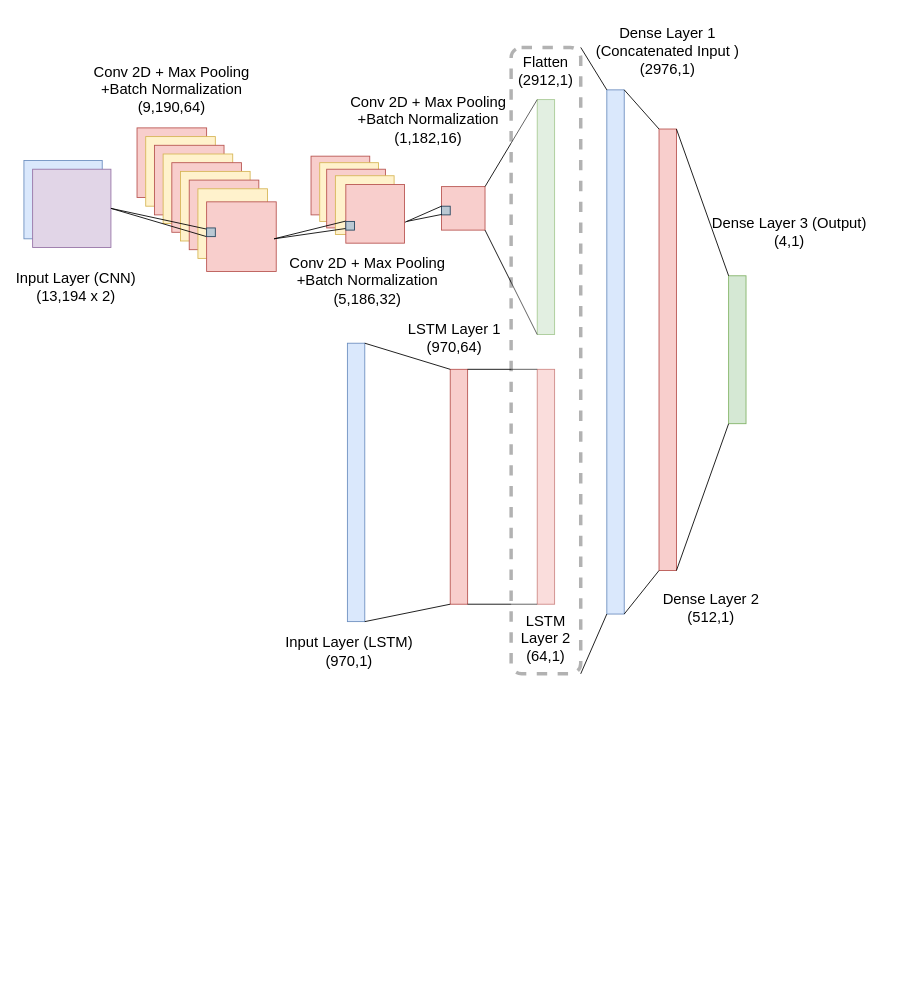
Earlier version of the draw.io diagram test_fig.drawio (Harsh1347/Audio_fingerprint). Source tidied: cells renumbered, new cells numbered last; positions are measured from the earlier drawing's top-left corner, leaving out a move shared by most shapes. Both pictures are drawn from the tidied source at 87%, with x=0, y=0 at pixel (15, 30).
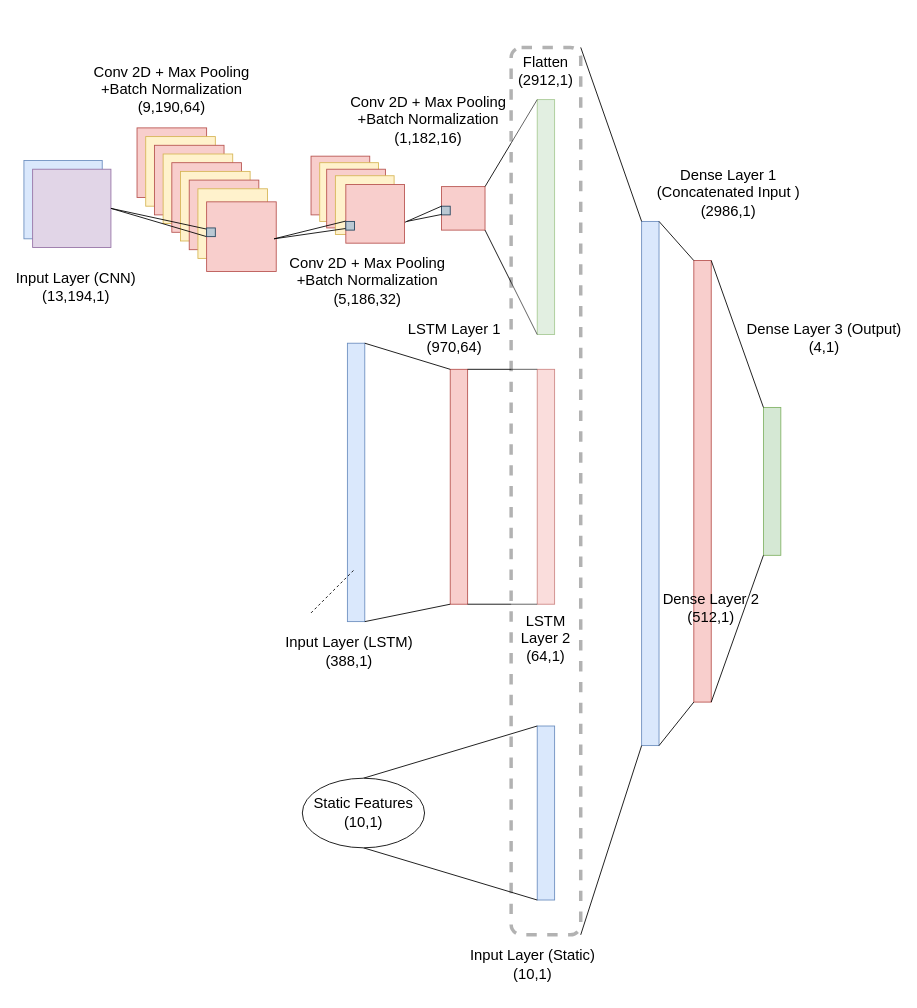
After the change.

The edit, as a diff of the source:
```diff
@@
     <mxCell id="23" style="rounded=0;whiteSpace=wrap;html=1;fillColor=#dae8fc;strokeColor=#6c8ebf;" parent="1" vertex="1">
-      <mxGeometry x="680" y="68.8" width="20" height="602.5" as="geometry" />
+      <mxGeometry x="720" y="220" width="20" height="602.5" as="geometry" />
     </mxCell>
     <mxCell id="24" style="rounded=0;whiteSpace=wrap;html=1;fillColor=#f8cecc;strokeColor=#b85450;" parent="1" vertex="1">
-      <mxGeometry x="740" y="113.8" width="20" height="507.5" as="geometry" />
+      <mxGeometry x="780" y="265" width="20" height="507.5" as="geometry" />
     </mxCell>
     <mxCell id="25" style="rounded=0;whiteSpace=wrap;html=1;fillColor=#d5e8d4;strokeColor=#82b366;" parent="1" vertex="1">
-      <mxGeometry x="820" y="282.5" width="20" height="170" as="geometry" />
+      <mxGeometry x="860" y="433.8" width="20" height="170" as="geometry" />
     </mxCell>
@@
     <mxCell id="45" style="rounded=1;whiteSpace=wrap;html=1;opacity=30;shadow=0;sketch=0;glass=0;dashed=1;strokeWidth=4;" parent="1" vertex="1">
-      <mxGeometry x="570" y="20" width="80" height="720" as="geometry" />
+      <mxGeometry x="570" y="20" width="80" height="1020" as="geometry" />
     </mxCell>
@@
-    <mxCell id="48" value="&lt;p style=&quot;line-height: 110%&quot;&gt;&lt;/p&gt;&lt;div style=&quot;font-size: 17px&quot;&gt;&lt;font style=&quot;font-size: 17px&quot;&gt;Input Layer (CNN)&lt;br&gt;&lt;/font&gt;&lt;/div&gt;&lt;div style=&quot;font-size: 17px&quot;&gt;&lt;font style=&quot;font-size: 17px&quot;&gt;(13,194 x 2)&lt;br&gt;&lt;/font&gt;&lt;/div&gt;&lt;p&gt;&lt;/p&gt;" style="text;html=1;strokeColor=none;fillColor=none;align=center;verticalAlign=middle;whiteSpace=wrap;rounded=0;shadow=0;glass=0;sketch=0;opacity=30;" parent="1" vertex="1">
+    <mxCell id="48" value="&lt;p style=&quot;line-height: 110%&quot;&gt;&lt;/p&gt;&lt;div style=&quot;font-size: 17px&quot;&gt;&lt;font style=&quot;font-size: 17px&quot;&gt;Input Layer (CNN)&lt;br&gt;&lt;/font&gt;&lt;/div&gt;&lt;div style=&quot;font-size: 17px&quot;&gt;&lt;font style=&quot;font-size: 17px&quot;&gt;(13,194,1)&lt;br&gt;&lt;/font&gt;&lt;/div&gt;&lt;p&gt;&lt;/p&gt;" style="text;html=1;strokeColor=none;fillColor=none;align=center;verticalAlign=middle;whiteSpace=wrap;rounded=0;shadow=0;glass=0;sketch=0;opacity=30;" parent="1" vertex="1">
       <mxGeometry y="262.5" width="140" height="67.5" as="geometry" />
     </mxCell>
@@
-    <mxCell id="53" value="&lt;p style=&quot;line-height: 110%&quot;&gt;&lt;/p&gt;&lt;div style=&quot;font-size: 17px&quot;&gt;Input Layer (LSTM)&lt;font style=&quot;font-size: 17px&quot;&gt;&lt;br&gt;&lt;/font&gt;&lt;/div&gt;&lt;div style=&quot;font-size: 17px&quot;&gt;&lt;font style=&quot;font-size: 17px&quot;&gt;(970,1)&lt;br&gt;&lt;/font&gt;&lt;/div&gt;&lt;p&gt;&lt;/p&gt;" style="text;html=1;strokeColor=none;fillColor=none;align=center;verticalAlign=middle;whiteSpace=wrap;rounded=0;shadow=0;glass=0;sketch=0;opacity=30;" parent="1" vertex="1">
+    <mxCell id="53" value="&lt;p style=&quot;line-height: 110%&quot;&gt;&lt;/p&gt;&lt;div style=&quot;font-size: 17px&quot;&gt;Input Layer (LSTM)&lt;font style=&quot;font-size: 17px&quot;&gt;&lt;br&gt;&lt;/font&gt;&lt;/div&gt;&lt;div style=&quot;font-size: 17px&quot;&gt;&lt;font style=&quot;font-size: 17px&quot;&gt;(388,1)&lt;br&gt;&lt;/font&gt;&lt;/div&gt;&lt;p&gt;&lt;/p&gt;" style="text;html=1;strokeColor=none;fillColor=none;align=center;verticalAlign=middle;whiteSpace=wrap;rounded=0;shadow=0;glass=0;sketch=0;opacity=30;" parent="1" vertex="1">
       <mxGeometry x="288.8" y="690" width="190" height="50" as="geometry" />
     </mxCell>
@@
-    <mxCell id="56" value="&lt;p style=&quot;line-height: 110%&quot;&gt;&lt;/p&gt;&lt;div style=&quot;font-size: 17px&quot;&gt;Dense Layer 1&lt;font style=&quot;font-size: 17px&quot;&gt;&lt;br&gt;&lt;/font&gt;&lt;/div&gt;&lt;div style=&quot;font-size: 17px&quot;&gt;&lt;font style=&quot;font-size: 17px&quot;&gt;(Concatenated Input )&lt;br&gt;&lt;/font&gt;&lt;/div&gt;&lt;div style=&quot;font-size: 17px&quot;&gt;&lt;font style=&quot;font-size: 17px&quot;&gt;(2976,1)&lt;br&gt;&lt;/font&gt;&lt;/div&gt;&lt;p&gt;&lt;/p&gt;" style="text;html=1;strokeColor=none;fillColor=none;align=center;verticalAlign=middle;whiteSpace=wrap;rounded=0;shadow=0;glass=0;sketch=0;opacity=30;" parent="1" vertex="1">
-      <mxGeometry x="660" width="180" height="50" as="geometry" />
+    <mxCell id="56" value="&lt;p style=&quot;line-height: 110%&quot;&gt;&lt;/p&gt;&lt;div style=&quot;font-size: 17px&quot;&gt;Dense Layer 1&lt;font style=&quot;font-size: 17px&quot;&gt;&lt;br&gt;&lt;/font&gt;&lt;/div&gt;&lt;div style=&quot;font-size: 17px&quot;&gt;&lt;font style=&quot;font-size: 17px&quot;&gt;(Concatenated Input )&lt;br&gt;&lt;/font&gt;&lt;/div&gt;&lt;div style=&quot;font-size: 17px&quot;&gt;&lt;font style=&quot;font-size: 17px&quot;&gt;(2986,1)&lt;br&gt;&lt;/font&gt;&lt;/div&gt;&lt;p&gt;&lt;/p&gt;" style="text;html=1;strokeColor=none;fillColor=none;align=center;verticalAlign=middle;whiteSpace=wrap;rounded=0;shadow=0;glass=0;sketch=0;opacity=30;" parent="1" vertex="1">
+      <mxGeometry x="730" y="162.5" width="180" height="50" as="geometry" />
     </mxCell>
@@
     <mxCell id="58" value="&lt;p style=&quot;line-height: 110%&quot;&gt;&lt;/p&gt;&lt;div style=&quot;font-size: 17px&quot;&gt;Dense Layer 3 (Output)&lt;font style=&quot;font-size: 17px&quot;&gt;&lt;br&gt;&lt;/font&gt;&lt;/div&gt;&lt;div style=&quot;font-size: 17px&quot;&gt;&lt;font style=&quot;font-size: 17px&quot;&gt;(4,1)&lt;br&gt;&lt;/font&gt;&lt;/div&gt;&lt;p&gt;&lt;/p&gt;" style="text;html=1;strokeColor=none;fillColor=none;align=center;verticalAlign=middle;whiteSpace=wrap;rounded=0;shadow=0;glass=0;sketch=0;opacity=30;" parent="1" vertex="1">
-      <mxGeometry x="800" y="207.5" width="180" height="50" as="geometry" />
+      <mxGeometry x="840" y="330" width="180" height="50" as="geometry" />
     </mxCell>
+    <mxCell id="59" style="rounded=0;whiteSpace=wrap;html=1;fillColor=#dae8fc;strokeColor=#6c8ebf;" parent="1" vertex="1">
+      <mxGeometry x="600" y="800" width="20" height="200" as="geometry" />
+    </mxCell>
+    <mxCell id="60" style="endArrow=none;html=1;exitX=0.5;exitY=0;exitDx=0;exitDy=0;entryX=0;entryY=0;entryDx=0;entryDy=0;" parent="1" edge="1" source="63" target="59">
+      <mxGeometry relative="1" as="geometry" />
+    </mxCell>
+    <mxCell id="61" style="endArrow=none;html=1;exitX=0.5;exitY=1;exitDx=0;exitDy=0;entryX=0;entryY=1;entryDx=0;entryDy=0;" parent="1" edge="1" source="63" target="59">
+      <mxGeometry relative="1" as="geometry" />
+    </mxCell>
+    <mxCell id="62" value="&lt;p style=&quot;line-height: 110%&quot;&gt;&lt;/p&gt;&lt;div style=&quot;font-size: 17px&quot;&gt;Input Layer (Static)&lt;font style=&quot;font-size: 17px&quot;&gt;&lt;br&gt;&lt;/font&gt;&lt;/div&gt;&lt;div style=&quot;font-size: 17px&quot;&gt;&lt;font style=&quot;font-size: 17px&quot;&gt;(10,1)&lt;br&gt;&lt;/font&gt;&lt;/div&gt;&lt;p&gt;&lt;/p&gt;" style="text;html=1;strokeColor=none;fillColor=none;align=center;verticalAlign=middle;whiteSpace=wrap;rounded=0;shadow=0;glass=0;sketch=0;opacity=30;" parent="1" vertex="1">
+      <mxGeometry x="500" y="1050" width="190" height="50" as="geometry" />
+    </mxCell>
+    <mxCell id="63" value="&lt;div style=&quot;font-size: 17px&quot;&gt;&lt;font style=&quot;font-size: 17px&quot;&gt;Static Features&lt;/font&gt;&lt;/div&gt;&lt;div style=&quot;font-size: 17px&quot;&gt;&lt;font style=&quot;font-size: 17px&quot;&gt;&lt;font style=&quot;font-size: 17px&quot;&gt;(10,1)&lt;/font&gt;&lt;br&gt;&lt;/font&gt;&lt;/div&gt;" style="ellipse;whiteSpace=wrap;html=1;" parent="1" vertex="1">
+      <mxGeometry x="330" y="860" width="140.5" height="80" as="geometry" />
+    </mxCell>
+    <mxCell id="64" style="endArrow=none;dashed=1;html=1;" parent="1" edge="1">
+      <mxGeometry relative="1" as="geometry">
+        <mxPoint x="340" y="670" as="sourcePoint" />
+        <mxPoint x="390" y="620" as="targetPoint" />
+      </mxGeometry>
+    </mxCell>
```
